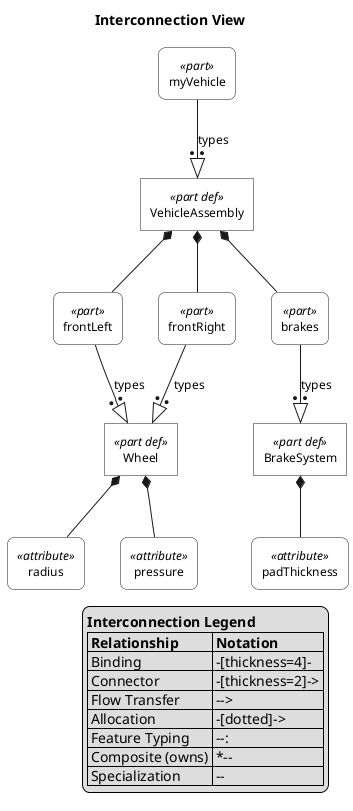
mycr0ft/sysmlpy keeps this PlantUML diagram as plantuml-examples/06-interconnection.png. Above is the earlier version.
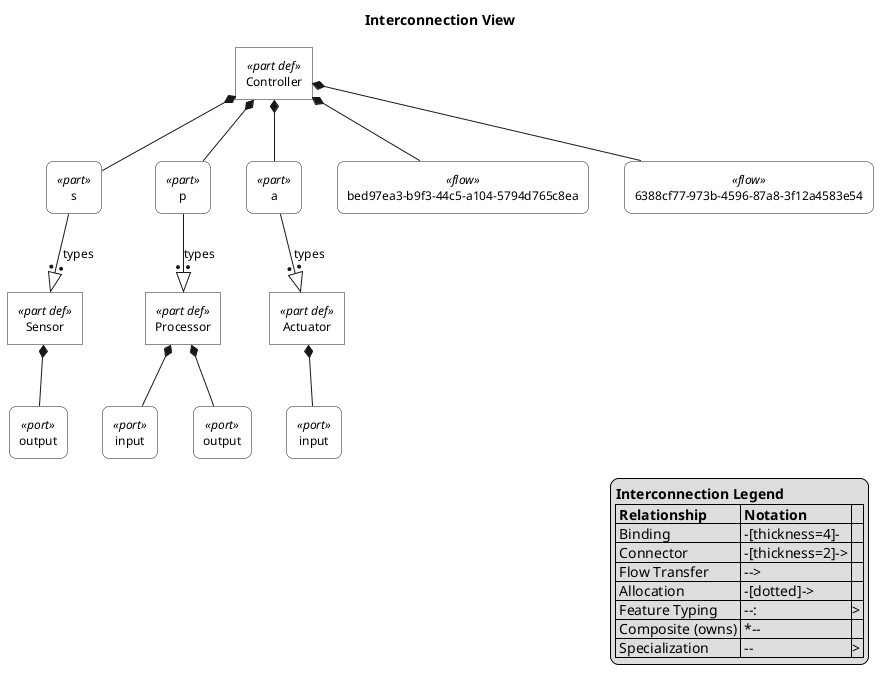
Above is the later version.

Diff of the diagram source:
```diff
@@ -68,27 +68,32 @@
 
 hide circle
 
-rectangle "Wheel" as E1 <<part def>>
-rectangle "radius" as E2 <<attribute>>
-rectangle "pressure" as E3 <<attribute>>
-rectangle "BrakeSystem" as E4 <<part def>>
-rectangle "padThickness" as E5 <<attribute>>
-rectangle "VehicleAssembly" as E6 <<part def>>
-rectangle "frontLeft" as E7 <<part>>
-rectangle "frontRight" as E8 <<part>>
-rectangle "brakes" as E9 <<part>>
-rectangle "myVehicle" as E10 <<part>>
+rectangle "Sensor" as E1 <<part def>>
+rectangle "output" as E2 <<port>>
+rectangle "Processor" as E3 <<part def>>
+rectangle "input" as E4 <<port>>
+rectangle "output" as E5 <<port>>
+rectangle "Actuator" as E6 <<part def>>
+rectangle "input" as E7 <<port>>
+rectangle "Controller" as E8 <<part def>>
+rectangle "s" as E9 <<part>>
+rectangle "p" as E10 <<part>>
+rectangle "a" as E11 <<part>>
+rectangle "bed97ea3-b9f3-44c5-a104-5794d765c8ea" as E12 <<flow>>
+rectangle "6388cf77-973b-4596-87a8-3f12a4583e54" as E13 <<flow>>
 
 E1 *-- E2
-E1 *-- E3
-E4 *-- E5
+E3 *-- E4
+E3 *-- E5
 E6 *-- E7
-E7 --:|> E1 : types
-E6 *-- E8
-E8 --:|> E1 : types
-E6 *-- E9
-E9 --:|> E4 : types
-E10 --:|> E6 : types
+E8 *-- E9
+E9 --:|> E1 : types
+E8 *-- E10
+E10 --:|> E3 : types
+E8 *-- E11
+E11 --:|> E6 : types
+E8 *-- E12
+E8 *-- E13
 
 
 legend right
```
